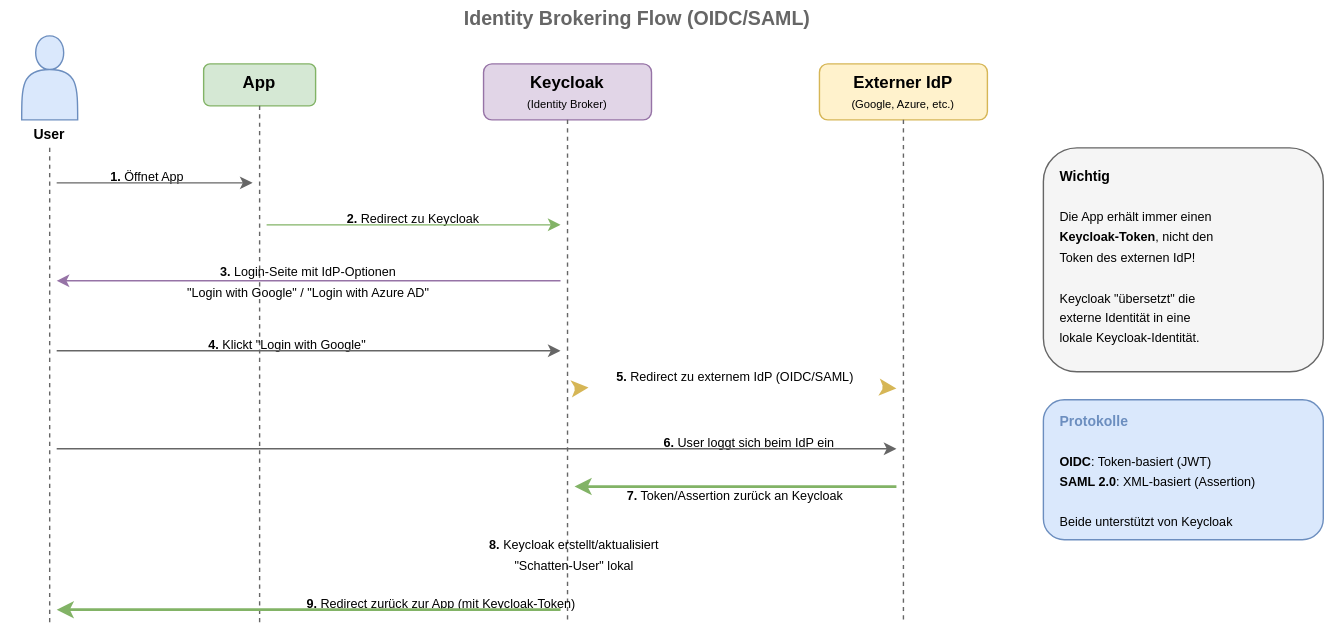
Before: slides/07-identity-provider-foederation/images/identity_brokering_flow.drawio.svg, a diagram exported from draw.io (it-erben/training-keycloak). Source tidied: cells renumbered, new cells last; positions are measured from the earlier drawing's top-left corner, leaving out a move shared by most shapes.
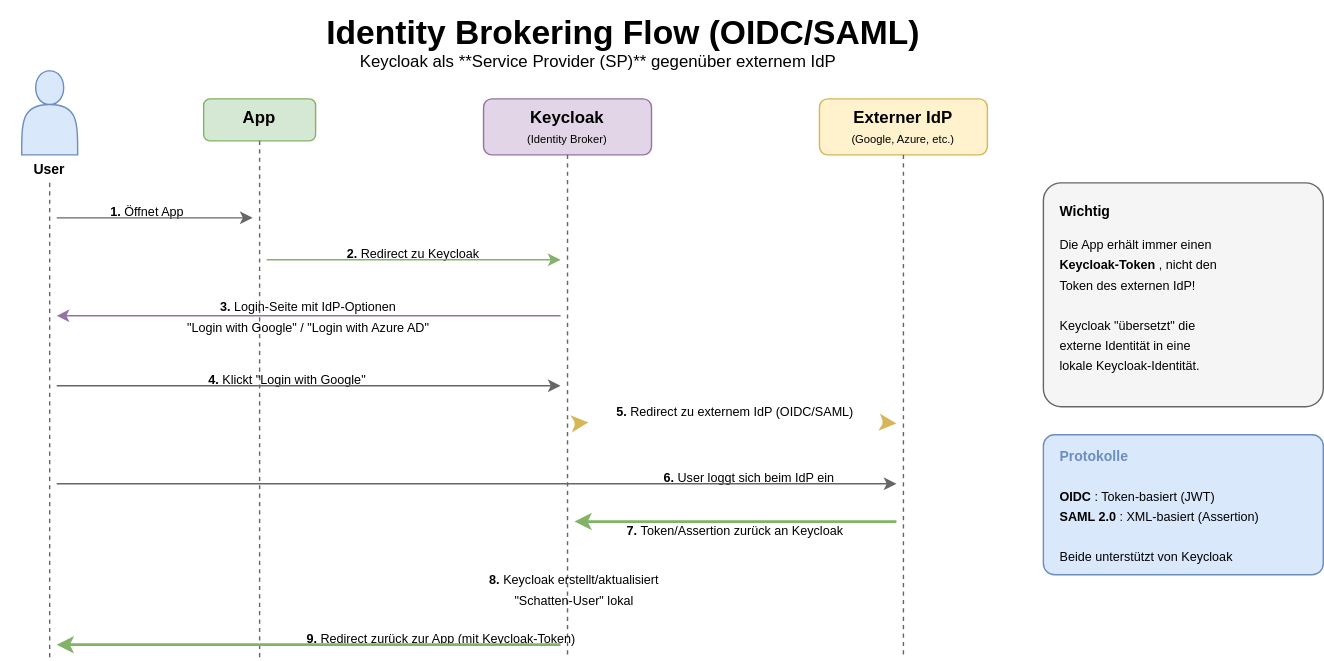
Above is the later version.

The edit, as a diff of the source:
```diff
@@ -2,9 +2,6 @@
   <root>
     <mxCell id="0" />
     <mxCell id="1" parent="0" />
-    <mxCell id="2" value="&lt;b style=&quot;font-size:14px&quot;&gt;Identity Brokering Flow (OIDC/SAML)&lt;/b&gt;" style="text;html=1;strokeColor=none;fillColor=none;align=center;verticalAlign=middle;whiteSpace=wrap;rounded=0;fontColor=#666666;" parent="1" vertex="1">
-      <mxGeometry x="295" width="320" height="25" as="geometry" />
-    </mxCell>
     <mxCell id="3" style="shape=actor;whiteSpace=wrap;html=1;fillColor=#dae8fc;strokeColor=#6c8ebf;" parent="1" vertex="1">
       <mxGeometry x="15" y="25" width="40" height="60" as="geometry" />
     </mxCell>
@@ -112,16 +109,16 @@
         <mxPoint x="40" y="435" as="targetPoint" />
       </mxGeometry>
     </mxCell>
-    <mxCell id="28" style="rounded=1;whiteSpace=wrap;html=1;fillColor=#f5f5f5;strokeColor=#666666;strokeWidth=1;" parent="1" vertex="1">
+    <mxCell id="28" style="rounded=1;whiteSpace=wrap;html=1;fillColor=#f5f5f5;strokeColor=#666666;strokeWidth=1;arcSize=8;" parent="1" vertex="1">
       <mxGeometry x="745" y="105" width="200" height="160" as="geometry" />
     </mxCell>
     <mxCell id="29" value="&lt;b style=&quot;font-size:10px&quot;&gt;Wichtig&lt;/b&gt;" style="text;html=1;strokeColor=none;fillColor=none;align=left;verticalAlign=middle;whiteSpace=wrap;rounded=0;" parent="1" vertex="1">
       <mxGeometry x="755" y="115" width="60" height="20" as="geometry" />
     </mxCell>
     <mxCell id="30" value="&lt;font style=&quot;font-size:9px&quot;&gt;Die App erhält immer einen&lt;br&gt;&lt;b&gt;Keycloak-Token&lt;/b&gt;, nicht den&lt;br&gt;Token des externen IdP!&lt;br&gt;&lt;br&gt;Keycloak &quot;übersetzt&quot; die&lt;br&gt;externe Identität in eine&lt;br&gt;lokale Keycloak-Identität.&lt;/font&gt;" style="text;html=1;strokeColor=none;fillColor=none;align=left;verticalAlign=top;whiteSpace=wrap;rounded=0;" parent="1" vertex="1">
-      <mxGeometry x="755" y="140" width="180" height="85" as="geometry" />
+      <mxGeometry x="755" y="135" width="180" height="85" as="geometry" />
     </mxCell>
-    <mxCell id="31" style="rounded=1;whiteSpace=wrap;html=1;fillColor=#dae8fc;strokeColor=#6c8ebf;strokeWidth=1;" parent="1" vertex="1">
+    <mxCell id="31" style="rounded=1;whiteSpace=wrap;html=1;fillColor=#dae8fc;strokeColor=#6c8ebf;strokeWidth=1;arcSize=8;" parent="1" vertex="1">
       <mxGeometry x="745" y="285" width="200" height="100" as="geometry" />
     </mxCell>
     <mxCell id="32" value="&lt;b style=&quot;font-size:10px&quot;&gt;Protokolle&lt;/b&gt;" style="text;html=1;strokeColor=none;fillColor=none;align=left;verticalAlign=middle;whiteSpace=wrap;rounded=0;fontColor=#6c8ebf;" parent="1" vertex="1">
@@ -138,5 +135,11 @@
     <mxCell id="35" value="&lt;font style=&quot;font-size:9px&quot;&gt;&lt;b&gt;5.&lt;/b&gt; Redirect zu externem IdP (OIDC/SAML)&lt;/font&gt;" style="text;html=1;strokeColor=none;fillColor=none;align=center;verticalAlign=middle;whiteSpace=wrap;rounded=0;" parent="1" vertex="1">
       <mxGeometry x="420" y="255" width="210" height="25" as="geometry" />
     </mxCell>
+    <mxCell id="2" value="Identity Brokering Flow (OIDC/SAML)" style="text;strokeColor=none;fillColor=none;fontSize=24;fontStyle=1;verticalAlign=middle;align=center;" parent="1" vertex="1">
+      <mxGeometry x="395" y="-25" width="100" height="40" as="geometry" />
+    </mxCell>
+    <mxCell id="36" value="Keycloak als **Service Provider (SP)** gegenüber externem IdP&#10;" style="text;whiteSpace=wrap;" parent="1" vertex="1">
+      <mxGeometry x="255" y="5" width="480" height="60" as="geometry" />
+    </mxCell>
   </root>
 </mxGraphModel>
```
